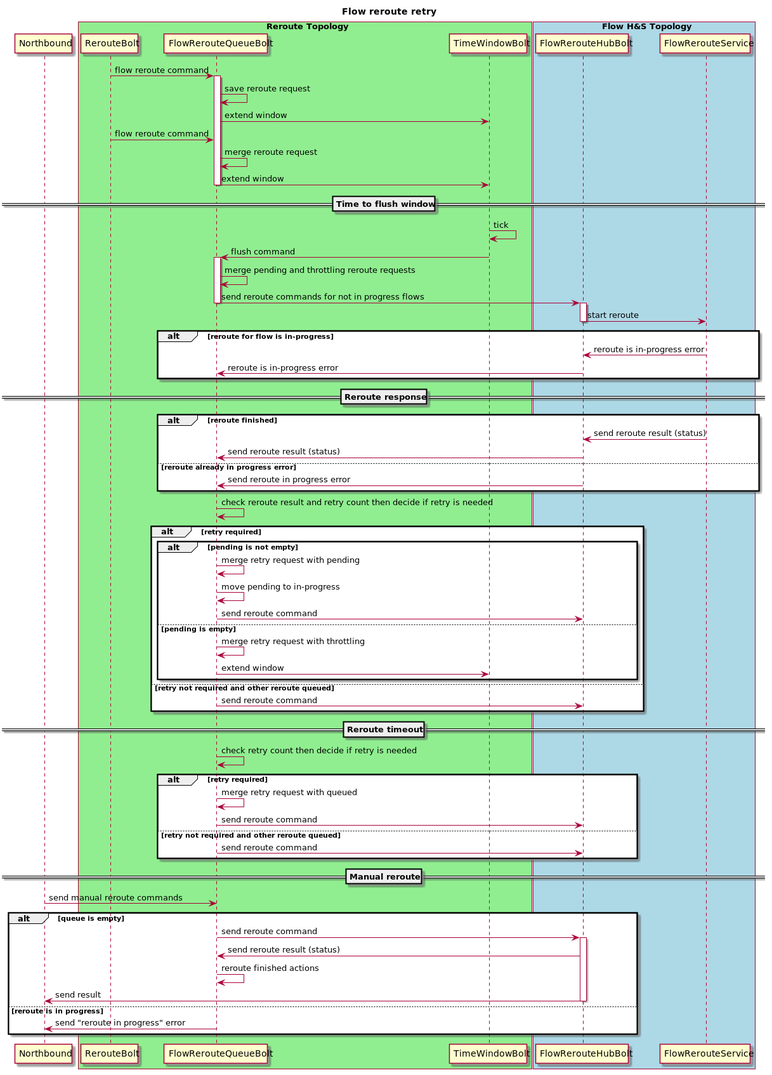
Above: docs/design/hub-and-spoke/reroute/retry/flow-reroute-retry.png in telstra/open-kilda (PlantUML), before the change. The source it was exported from:
```plantuml
@startuml
title Flow reroute retry

participant Northbound
box "Reroute Topology" #LightGreen
    participant RerouteBolt
    participant FlowRerouteQueueBolt
    participant TimeWindowBolt
end box
box "Flow H&S Topology" #LightBlue
    participant FlowRerouteHubBolt
    participant FlowRerouteService
end box

    RerouteBolt -> FlowRerouteQueueBolt : flow reroute command

activate FlowRerouteQueueBolt
    FlowRerouteQueueBolt -> FlowRerouteQueueBolt : save reroute request
    FlowRerouteQueueBolt -> TimeWindowBolt : extend window
    RerouteBolt -> FlowRerouteQueueBolt : flow reroute command
    FlowRerouteQueueBolt -> FlowRerouteQueueBolt : merge reroute request
    FlowRerouteQueueBolt -> TimeWindowBolt : extend window
deactivate FlowRerouteQueueBolt

==Time to flush window==
    TimeWindowBolt -> TimeWindowBolt : tick
    TimeWindowBolt -> FlowRerouteQueueBolt : flush command
activate FlowRerouteQueueBolt
    FlowRerouteQueueBolt -> FlowRerouteQueueBolt : merge pending and throttling reroute requests
    FlowRerouteQueueBolt -> FlowRerouteHubBolt : send reroute commands for not in progress flows
deactivate FlowRerouteQueueBolt

activate FlowRerouteHubBolt
    FlowRerouteHubBolt -> FlowRerouteService : start reroute
deactivate FlowRerouteHubBolt

alt reroute for flow is in-progress
    FlowRerouteService -> FlowRerouteHubBolt : reroute is in-progress error
    FlowRerouteHubBolt -> FlowRerouteQueueBolt : reroute is in-progress error
end

==Reroute response==
alt reroute finished
    FlowRerouteService -> FlowRerouteHubBolt : send reroute result (status)
    FlowRerouteHubBolt -> FlowRerouteQueueBolt : send reroute result (status)
else reroute already in progress error
    FlowRerouteHubBolt -> FlowRerouteQueueBolt : send reroute in progress error
end

FlowRerouteQueueBolt -> FlowRerouteQueueBolt : check reroute result and retry count then decide if retry is needed
alt retry required
    alt pending is not empty
        FlowRerouteQueueBolt -> FlowRerouteQueueBolt : merge retry request with pending
        FlowRerouteQueueBolt -> FlowRerouteQueueBolt : move pending to in-progress
        FlowRerouteQueueBolt -> FlowRerouteHubBolt : send reroute command
    else pending is empty
        FlowRerouteQueueBolt -> FlowRerouteQueueBolt : merge retry request with throttling
        FlowRerouteQueueBolt -> TimeWindowBolt : extend window
    end
else retry not required and other reroute queued
    FlowRerouteQueueBolt -> FlowRerouteHubBolt : send reroute command
end

==Reroute timeout==
    FlowRerouteQueueBolt -> FlowRerouteQueueBolt : check retry count then decide if retry is needed
alt retry required
    FlowRerouteQueueBolt -> FlowRerouteQueueBolt : merge retry request with queued
    FlowRerouteQueueBolt -> FlowRerouteHubBolt : send reroute command
else retry not required and other reroute queued
    FlowRerouteQueueBolt -> FlowRerouteHubBolt : send reroute command
end

==Manual reroute==
    Northbound -> FlowRerouteQueueBolt : send manual reroute commands
alt queue is empty
    FlowRerouteQueueBolt -> FlowRerouteHubBolt : send reroute command
activate FlowRerouteHubBolt
    FlowRerouteHubBolt -> FlowRerouteQueueBolt : send reroute result (status)
    FlowRerouteQueueBolt -> FlowRerouteQueueBolt : reroute finished actions
    FlowRerouteHubBolt -> Northbound : send result
deactivate FlowRerouteHubBolt
else reroute is in progress
    FlowRerouteQueueBolt -> Northbound : send "reroute in progress" error
end

@enduml
```
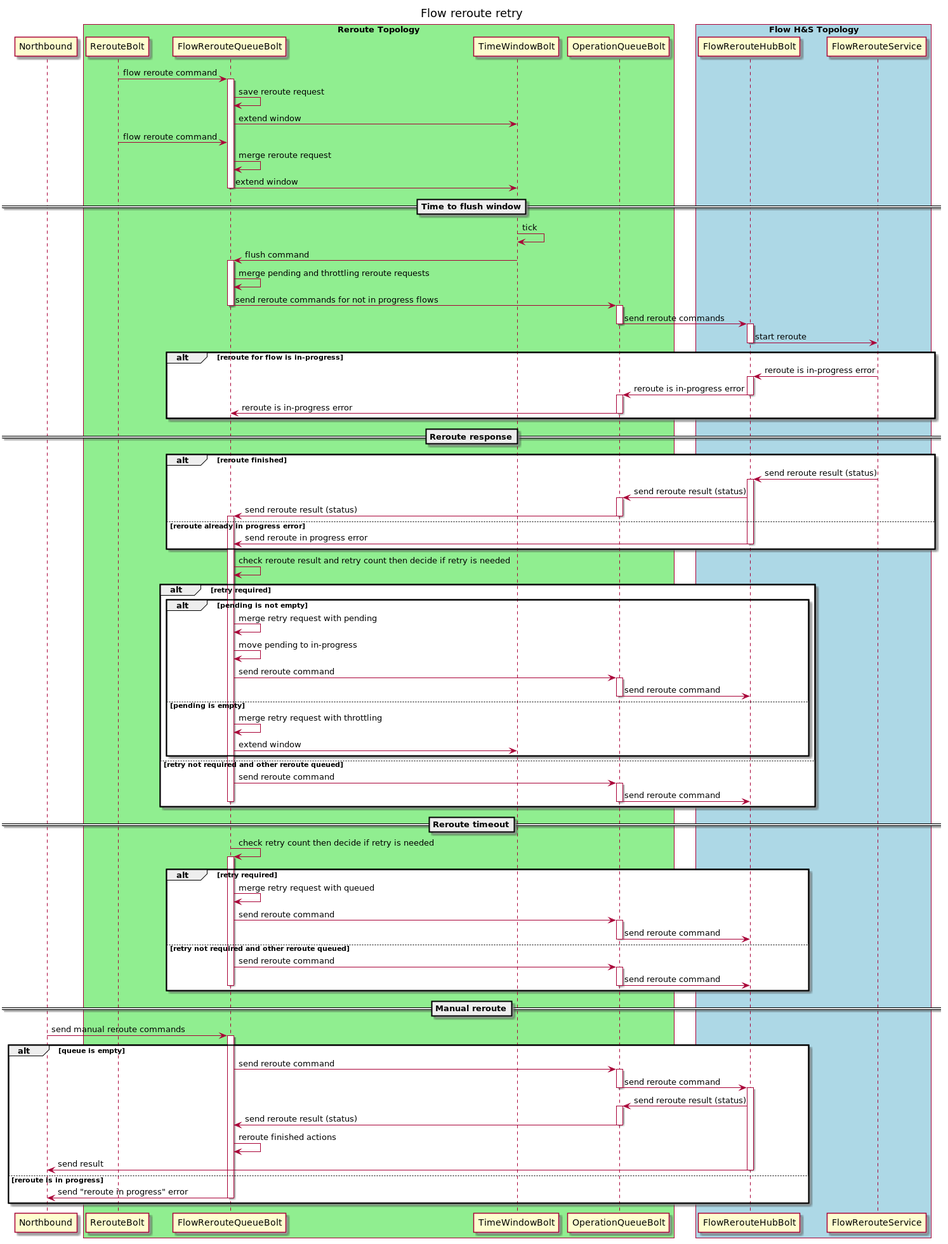
Later version of the same file.

Change to the diagram source:
```diff
@@ -6,6 +6,7 @@
     participant RerouteBolt
     participant FlowRerouteQueueBolt
     participant TimeWindowBolt
+    participant OperationQueueBolt
 end box
 box "Flow H&S Topology" #LightBlue
     participant FlowRerouteHubBolt
@@ -27,8 +28,11 @@
     TimeWindowBolt -> FlowRerouteQueueBolt : flush command
 activate FlowRerouteQueueBolt
     FlowRerouteQueueBolt -> FlowRerouteQueueBolt : merge pending and throttling reroute requests
-    FlowRerouteQueueBolt -> FlowRerouteHubBolt : send reroute commands for not in progress flows
+    FlowRerouteQueueBolt -> OperationQueueBolt : send reroute commands for not in progress flows
 deactivate FlowRerouteQueueBolt
+activate OperationQueueBolt
+    OperationQueueBolt -> FlowRerouteHubBolt : send reroute commands
+deactivate OperationQueueBolt
 
 activate FlowRerouteHubBolt
     FlowRerouteHubBolt -> FlowRerouteService : start reroute
@@ -36,15 +40,26 @@
 
 alt reroute for flow is in-progress
     FlowRerouteService -> FlowRerouteHubBolt : reroute is in-progress error
-    FlowRerouteHubBolt -> FlowRerouteQueueBolt : reroute is in-progress error
+    activate FlowRerouteHubBolt
+    FlowRerouteHubBolt -> OperationQueueBolt : reroute is in-progress error
+    deactivate FlowRerouteHubBolt
+    activate OperationQueueBolt
+    OperationQueueBolt -> FlowRerouteQueueBolt : reroute is in-progress error
+    deactivate OperationQueueBolt
 end
 
 ==Reroute response==
 alt reroute finished
     FlowRerouteService -> FlowRerouteHubBolt : send reroute result (status)
-    FlowRerouteHubBolt -> FlowRerouteQueueBolt : send reroute result (status)
+    activate FlowRerouteHubBolt
+    FlowRerouteHubBolt -> OperationQueueBolt : send reroute result (status)
+    activate OperationQueueBolt
+    OperationQueueBolt -> FlowRerouteQueueBolt : send reroute result (status)
+    deactivate OperationQueueBolt
+activate FlowRerouteQueueBolt
 else reroute already in progress error
     FlowRerouteHubBolt -> FlowRerouteQueueBolt : send reroute in progress error
+deactivate FlowRerouteHubBolt
 end
 
 FlowRerouteQueueBolt -> FlowRerouteQueueBolt : check reroute result and retry count then decide if retry is needed
@@ -52,35 +67,58 @@
     alt pending is not empty
         FlowRerouteQueueBolt -> FlowRerouteQueueBolt : merge retry request with pending
         FlowRerouteQueueBolt -> FlowRerouteQueueBolt : move pending to in-progress
-        FlowRerouteQueueBolt -> FlowRerouteHubBolt : send reroute command
+        FlowRerouteQueueBolt -> OperationQueueBolt : send reroute command
+        activate OperationQueueBolt
+        OperationQueueBolt -> FlowRerouteHubBolt : send reroute command
+        deactivate OperationQueueBolt
     else pending is empty
         FlowRerouteQueueBolt -> FlowRerouteQueueBolt : merge retry request with throttling
         FlowRerouteQueueBolt -> TimeWindowBolt : extend window
     end
 else retry not required and other reroute queued
-    FlowRerouteQueueBolt -> FlowRerouteHubBolt : send reroute command
+    FlowRerouteQueueBolt -> OperationQueueBolt : send reroute command
+    activate OperationQueueBolt
+    OperationQueueBolt -> FlowRerouteHubBolt : send reroute command
+    deactivate OperationQueueBolt
+deactivate FlowRerouteQueueBolt
 end
 
 ==Reroute timeout==
     FlowRerouteQueueBolt -> FlowRerouteQueueBolt : check retry count then decide if retry is needed
+activate FlowRerouteQueueBolt
 alt retry required
     FlowRerouteQueueBolt -> FlowRerouteQueueBolt : merge retry request with queued
-    FlowRerouteQueueBolt -> FlowRerouteHubBolt : send reroute command
+    FlowRerouteQueueBolt -> OperationQueueBolt : send reroute command
+    activate OperationQueueBolt
+    OperationQueueBolt -> FlowRerouteHubBolt : send reroute command
+    deactivate OperationQueueBolt
 else retry not required and other reroute queued
-    FlowRerouteQueueBolt -> FlowRerouteHubBolt : send reroute command
+    FlowRerouteQueueBolt -> OperationQueueBolt : send reroute command
+    activate OperationQueueBolt
+    OperationQueueBolt -> FlowRerouteHubBolt : send reroute command
+    deactivate OperationQueueBolt
+deactivate FlowRerouteQueueBolt
 end
 
 ==Manual reroute==
     Northbound -> FlowRerouteQueueBolt : send manual reroute commands
+activate FlowRerouteQueueBolt
 alt queue is empty
-    FlowRerouteQueueBolt -> FlowRerouteHubBolt : send reroute command
+    FlowRerouteQueueBolt -> OperationQueueBolt : send reroute command
+    activate OperationQueueBolt
+    OperationQueueBolt -> FlowRerouteHubBolt : send reroute command
+    deactivate OperationQueueBolt
 activate FlowRerouteHubBolt
-    FlowRerouteHubBolt -> FlowRerouteQueueBolt : send reroute result (status)
+    FlowRerouteHubBolt -> OperationQueueBolt : send reroute result (status)
+    activate OperationQueueBolt
+    OperationQueueBolt -> FlowRerouteQueueBolt : send reroute result (status)
+    deactivate OperationQueueBolt
     FlowRerouteQueueBolt -> FlowRerouteQueueBolt : reroute finished actions
     FlowRerouteHubBolt -> Northbound : send result
 deactivate FlowRerouteHubBolt
 else reroute is in progress
     FlowRerouteQueueBolt -> Northbound : send "reroute in progress" error
+deactivate FlowRerouteQueueBolt
 end
 
 @enduml
```
